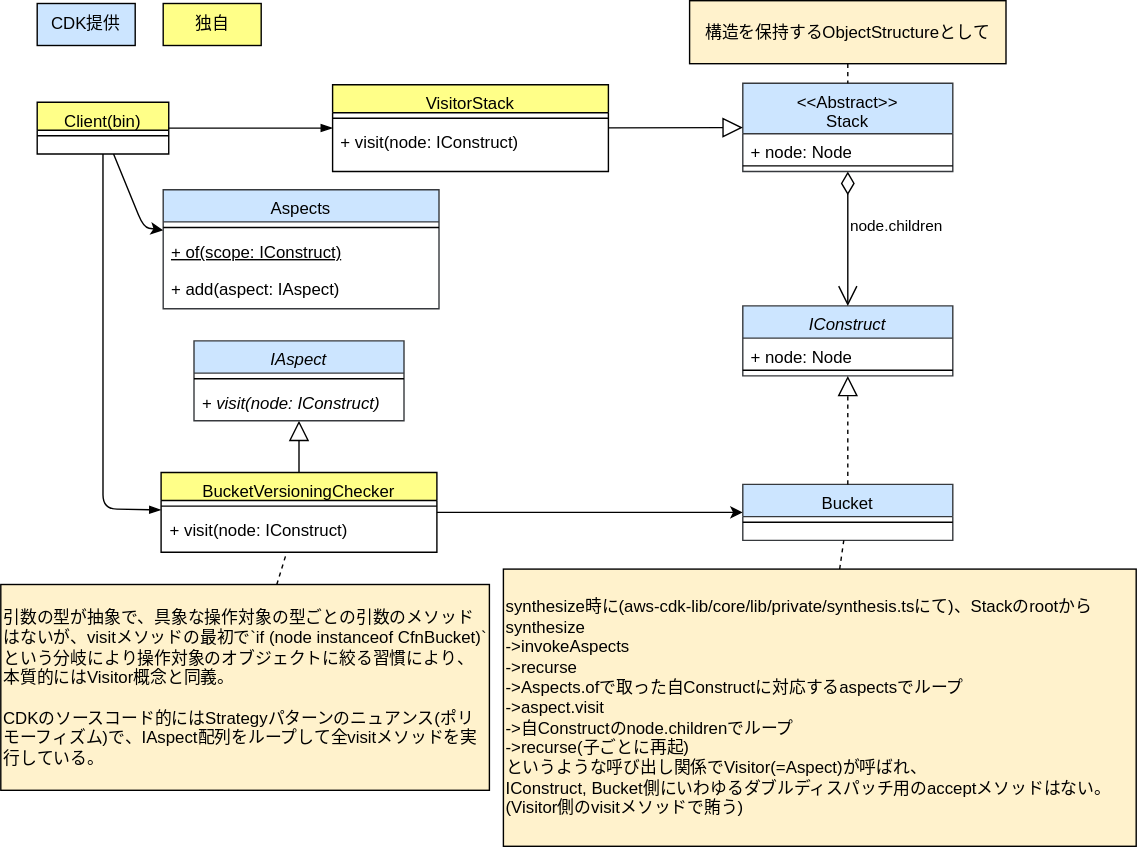
Above: drawio/visitor/visitor-cdk-simplified.drawio.svg in go-to-k/cdk-gof-design-pattern (draw.io), before the change. Source tidied: cells renumbered, new cells last; positions are measured from the earlier drawing's top-left corner, leaving out a move shared by most shapes.
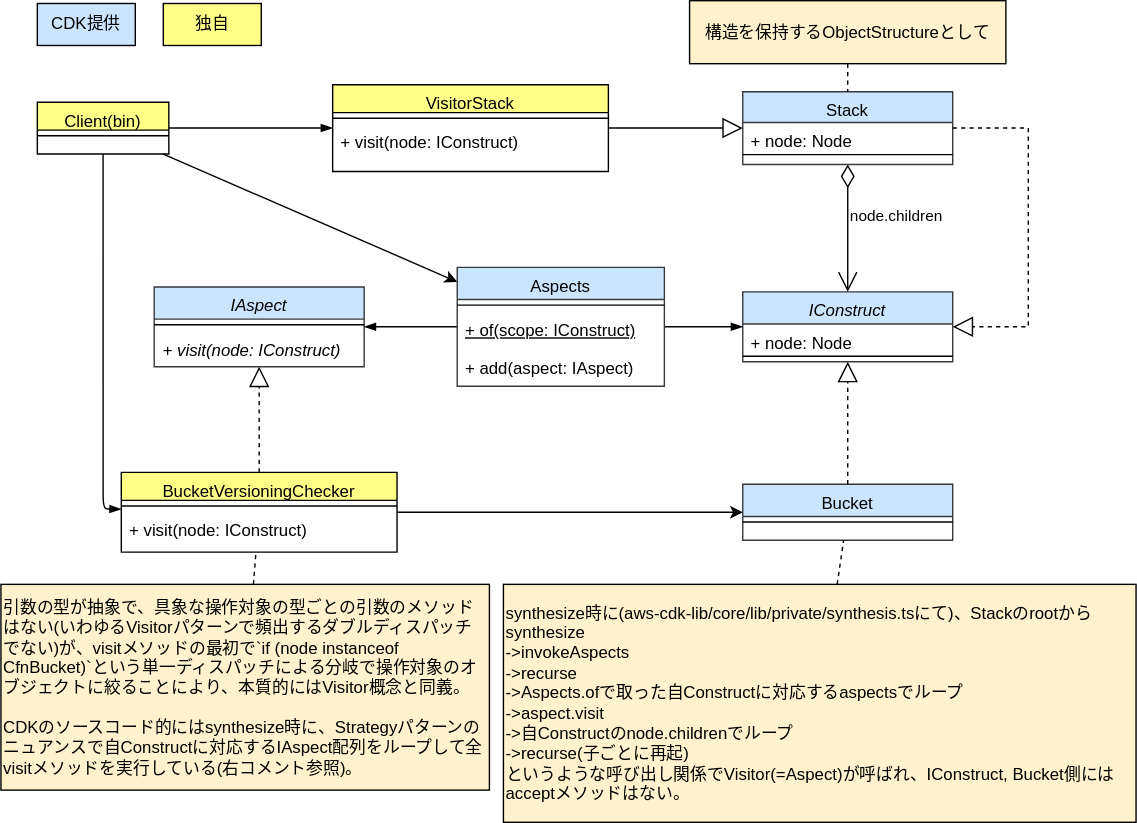
The same diagram one commit later.

Commit message:
update visitor diagrams

The edit, as a diff of the source:
```diff
@@ -12,7 +12,7 @@
       <mxGeometry relative="1" as="geometry" />
     </mxCell>
     <mxCell id="5" value="BucketVersioningChecker" style="swimlane;fontStyle=0;align=center;verticalAlign=top;horizontal=1;startSize=20;rounded=0;shadow=0;strokeWidth=1;fillColor=#ffff88;strokeColor=#000000;fontColor=#000000;" parent="1" vertex="1">
-      <mxGeometry x="114.5" y="337" width="197" height="57" as="geometry" />
+      <mxGeometry x="86" y="337" width="197" height="57" as="geometry" />
     </mxCell>
     <mxCell id="6" style="line;html=1;strokeWidth=1;align=left;verticalAlign=middle;spacingTop=-1;spacingLeft=3;spacingRight=3;labelPosition=right;fontColor=#000000;strokeColor=#000000;" parent="5" vertex="1">
       <mxGeometry y="20" width="197" height="8" as="geometry" />
@@ -20,11 +20,11 @@
     <mxCell id="7" value="+ visit(node: IConstruct)" style="text;strokeColor=none;fillColor=none;align=left;verticalAlign=top;spacingLeft=4;spacingRight=4;overflow=hidden;whiteSpace=wrap;html=1;fontColor=#000000;" parent="5" vertex="1">
       <mxGeometry y="28" width="197" height="19" as="geometry" />
     </mxCell>
-    <mxCell id="8" style="endArrow=block;endFill=0;endSize=12;html=1;rounded=0;fontColor=#000000;strokeColor=#000000;" parent="1" edge="1" source="5" target="9">
+    <mxCell id="8" style="endArrow=block;endFill=0;endSize=12;html=1;rounded=0;fontColor=#000000;strokeColor=#000000;dashed=1;" parent="1" edge="1" source="5" target="9">
       <mxGeometry relative="1" as="geometry" />
     </mxCell>
     <mxCell id="9" value="IAspect" style="swimlane;fontStyle=2;align=center;verticalAlign=top;horizontal=1;startSize=23;rounded=0;shadow=0;strokeWidth=1;fillColor=#cce5ff;strokeColor=#36393d;fontColor=#000000;" parent="1" vertex="1">
-      <mxGeometry x="138" y="243" width="150" height="57" as="geometry" />
+      <mxGeometry x="109.5" y="204.5" width="150" height="57" as="geometry" />
     </mxCell>
     <mxCell id="10" style="line;html=1;strokeWidth=1;align=left;verticalAlign=middle;spacingTop=-1;spacingLeft=3;spacingRight=3;labelPosition=right;fontColor=#000000;strokeColor=#000000;" parent="9" vertex="1">
       <mxGeometry y="23" width="150" height="8" as="geometry" />
@@ -39,7 +39,7 @@
       <mxGeometry y="23" width="150" height="8" as="geometry" />
     </mxCell>
     <mxCell id="14" value="IConstruct" style="swimlane;fontStyle=2;align=center;verticalAlign=top;horizontal=1;startSize=23;rounded=0;shadow=0;strokeWidth=1;fillColor=#cce5ff;strokeColor=#36393d;fontColor=#000000;" parent="1" vertex="1">
-      <mxGeometry x="530" y="218" width="150" height="50" as="geometry" />
+      <mxGeometry x="530" y="208" width="150" height="50" as="geometry" />
     </mxCell>
     <mxCell id="15" value="+&amp;nbsp;node: Node" style="text;strokeColor=none;fillColor=none;align=left;verticalAlign=top;spacingLeft=4;spacingRight=4;overflow=hidden;whiteSpace=wrap;html=1;fontColor=#000000;" parent="14" vertex="1">
       <mxGeometry y="23" width="150" height="19" as="geometry" />
@@ -53,26 +53,26 @@
     <mxCell id="18" style="edgeStyle=none;html=1;strokeColor=#000000;endArrow=none;endFill=0;dashed=1;" parent="1" edge="1" source="19" target="5">
       <mxGeometry relative="1" as="geometry" />
     </mxCell>
-    <mxCell id="19" value="引数の型が抽象で、具象な操作対象の型ごとの引数のメソッドはないが、visitメソッドの最初で`if (node instanceof CfnBucket)`という分岐により操作対象のオブジェクトに絞る習慣により、本質的にはVisitor概念と同義。&lt;br&gt;&lt;br&gt;CDKのソースコード的にはStrategyパターンのニュアンス(ポリモーフィズム)で、IAspect配列をループして全visitメソッドを実行している。" style="text;html=1;strokeColor=#000000;fillColor=#fff2cc;align=left;verticalAlign=middle;whiteSpace=wrap;rounded=0;fontColor=#000000;" parent="1" vertex="1">
+    <mxCell id="19" value="引数の型が抽象で、具象な操作対象の型ごとの引数のメソッドはない(いわゆるVisitorパターンで頻出するダブルディスパッチでない)が、visitメソッドの最初で`if (node instanceof CfnBucket)`という単一ディスパッチによる分岐で操作対象のオブジェクトに絞ることにより、本質的にはVisitor概念と同義。&lt;br&gt;&lt;br&gt;CDKのソースコード的にはsynthesize時に、Strategyパターンのニュアンスで自Constructに対応するIAspect配列をループして全visitメソッドを実行している(右コメント参照)。" style="text;html=1;strokeColor=#000000;fillColor=#fff2cc;align=left;verticalAlign=middle;whiteSpace=wrap;rounded=0;fontColor=#000000;" parent="1" vertex="1">
       <mxGeometry y="417" width="349" height="147" as="geometry" />
     </mxCell>
     <mxCell id="20" style="edgeStyle=none;html=1;dashed=1;strokeColor=#000000;endArrow=none;endFill=0;" parent="1" edge="1" source="21" target="12">
       <mxGeometry relative="1" as="geometry" />
     </mxCell>
-    <mxCell id="21" value="synthesize時に(aws-cdk-lib/core/lib/private/synthesis.tsにて)、Stackのrootから&lt;br&gt;synthesize&lt;br&gt;&amp;nbsp; -&amp;gt;invokeAspects&lt;br&gt;&amp;nbsp; &amp;nbsp; -&amp;gt;recurse&lt;br&gt;&amp;nbsp; &amp;nbsp; &amp;nbsp; -&amp;gt;Aspects.ofで取った自Constructに対応するaspectsでループ&lt;br&gt;&amp;nbsp; &amp;nbsp; &amp;nbsp; &amp;nbsp; -&amp;gt;aspect.visit&lt;br&gt;&amp;nbsp; &amp;nbsp; &amp;nbsp; -&amp;gt;自Constructのnode.childrenでループ&lt;br&gt;&amp;nbsp; &amp;nbsp; &amp;nbsp; &amp;nbsp; -&amp;gt;recurse(子ごとに再起)&lt;br&gt;というような呼び出し関係でVisitor(=Aspect)が呼ばれ、&lt;br&gt;IConstruct, Bucket側にいわゆるダブルディスパッチ用のacceptメソッドはない。(Visitor側のvisitメソッドで賄う)" style="text;html=1;strokeColor=#000000;fillColor=#fff2cc;align=left;verticalAlign=middle;whiteSpace=wrap;rounded=0;fontColor=#000000;" parent="1" vertex="1">
-      <mxGeometry x="359" y="406" width="452" height="198" as="geometry" />
+    <mxCell id="21" value="synthesize時に(aws-cdk-lib/core/lib/private/synthesis.tsにて)、Stackのrootから&lt;br&gt;synthesize&lt;br&gt;&amp;nbsp; -&amp;gt;invokeAspects&lt;br&gt;&amp;nbsp; &amp;nbsp; -&amp;gt;recurse&lt;br&gt;&amp;nbsp; &amp;nbsp; &amp;nbsp; -&amp;gt;Aspects.ofで取った自Constructに対応するaspectsでループ&lt;br&gt;&amp;nbsp; &amp;nbsp; &amp;nbsp; &amp;nbsp; -&amp;gt;aspect.visit&lt;br&gt;&amp;nbsp; &amp;nbsp; &amp;nbsp; -&amp;gt;自Constructのnode.childrenでループ&lt;br&gt;&amp;nbsp; &amp;nbsp; &amp;nbsp; &amp;nbsp; -&amp;gt;recurse(子ごとに再起)&lt;br&gt;というような呼び出し関係でVisitor(=Aspect)が呼ばれ、IConstruct, Bucket側にはacceptメソッドはない。" style="text;html=1;strokeColor=#000000;fillColor=#fff2cc;align=left;verticalAlign=middle;whiteSpace=wrap;rounded=0;fontColor=#000000;" parent="1" vertex="1">
+      <mxGeometry x="359" y="417" width="452" height="170" as="geometry" />
     </mxCell>
     <mxCell id="22" value="node.children" style="endArrow=open;html=1;endSize=12;startArrow=diamondThin;startSize=14;startFill=0;edgeStyle=orthogonalEdgeStyle;align=left;verticalAlign=bottom;rounded=0;fontColor=#000000;strokeColor=#000000;labelBackgroundColor=none;" parent="1" edge="1" source="23" target="14">
       <mxGeometry relative="1" as="geometry" />
     </mxCell>
-    <mxCell id="23" value="&lt;&lt;Abstract&gt;&gt;&#10;Stack" style="swimlane;fontStyle=0;align=center;verticalAlign=top;horizontal=1;startSize=36;rounded=0;shadow=0;strokeWidth=1;fillColor=#cce5ff;strokeColor=#36393d;fontColor=#000000;" parent="1" vertex="1">
-      <mxGeometry x="530" y="59" width="150" height="63" as="geometry" />
+    <mxCell id="23" value="Stack" style="swimlane;fontStyle=0;align=center;verticalAlign=top;horizontal=1;startSize=22;rounded=0;shadow=0;strokeWidth=1;fillColor=#cce5ff;strokeColor=#36393d;fontColor=#000000;" parent="1" vertex="1">
+      <mxGeometry x="530" y="65" width="150" height="52" as="geometry" />
     </mxCell>
     <mxCell id="24" value="+&amp;nbsp;node: Node" style="text;strokeColor=none;fillColor=none;align=left;verticalAlign=top;spacingLeft=4;spacingRight=4;overflow=hidden;whiteSpace=wrap;html=1;fontColor=#000000;" parent="23" vertex="1">
-      <mxGeometry y="36" width="150" height="19" as="geometry" />
+      <mxGeometry y="22" width="150" height="19" as="geometry" />
     </mxCell>
     <mxCell id="25" style="line;html=1;strokeWidth=1;align=left;verticalAlign=middle;spacingTop=-1;spacingLeft=3;spacingRight=3;labelPosition=right;fontColor=#000000;strokeColor=#000000;" parent="23" vertex="1">
-      <mxGeometry y="55" width="150" height="8" as="geometry" />
+      <mxGeometry y="41" width="150" height="8" as="geometry" />
     </mxCell>
     <mxCell id="26" value="VisitorStack" style="swimlane;fontStyle=0;align=center;verticalAlign=top;horizontal=1;startSize=20;rounded=0;shadow=0;strokeWidth=1;fillColor=#ffff88;strokeColor=#000000;fontColor=#000000;" parent="1" vertex="1">
       <mxGeometry x="237" y="60" width="197" height="62" as="geometry" />
@@ -109,23 +109,33 @@
       <mxGeometry relative="1" as="geometry" />
     </mxCell>
     <mxCell id="36" style="edgeStyle=none;html=1;strokeColor=#000000;" parent="1" edge="1" source="32" target="37">
-      <mxGeometry relative="1" as="geometry">
-        <Array as="points">
-          <mxPoint x="102" y="162" />
-        </Array>
-      </mxGeometry>
+      <mxGeometry relative="1" as="geometry" />
     </mxCell>
+    <mxCell id="41" style="edgeStyle=none;html=1;strokeColor=#000000;endArrow=blockThin;endFill=1;" parent="1" edge="1" source="37" target="14">
+      <mxGeometry relative="1" as="geometry" />
+    </mxCell>
+    <mxCell id="42" style="edgeStyle=none;html=1;strokeColor=#000000;endArrow=blockThin;endFill=1;" parent="1" edge="1" source="37" target="9">
+      <mxGeometry relative="1" as="geometry" />
+    </mxCell>
     <mxCell id="37" value="Aspects" style="swimlane;fontStyle=0;align=center;verticalAlign=top;horizontal=1;startSize=23;rounded=0;shadow=0;strokeWidth=1;fillColor=#cce5ff;strokeColor=#36393d;fontColor=#000000;" parent="1" vertex="1">
-      <mxGeometry x="116" y="135" width="197" height="85" as="geometry" />
+      <mxGeometry x="326" y="190.5" width="148" height="85" as="geometry" />
     </mxCell>
     <mxCell id="38" style="line;html=1;strokeWidth=1;align=left;verticalAlign=middle;spacingTop=-1;spacingLeft=3;spacingRight=3;labelPosition=right;fontColor=#000000;strokeColor=#000000;" parent="37" vertex="1">
-      <mxGeometry y="23" width="197" height="8" as="geometry" />
+      <mxGeometry y="23" width="148" height="8" as="geometry" />
     </mxCell>
     <mxCell id="39" value="&lt;u&gt;+ of(scope: IConstruct)&lt;/u&gt;" style="text;strokeColor=none;fillColor=none;align=left;verticalAlign=top;spacingLeft=4;spacingRight=4;overflow=hidden;whiteSpace=wrap;html=1;fontColor=#000000;" parent="37" vertex="1">
-      <mxGeometry y="31" width="197" height="27" as="geometry" />
+      <mxGeometry y="31" width="148" height="27" as="geometry" />
     </mxCell>
     <mxCell id="40" value="+ add(aspect: IAspect)" style="text;strokeColor=none;fillColor=none;align=left;verticalAlign=top;spacingLeft=4;spacingRight=4;overflow=hidden;whiteSpace=wrap;html=1;fontColor=#000000;" parent="37" vertex="1">
-      <mxGeometry y="58" width="197" height="27" as="geometry" />
+      <mxGeometry y="58" width="148" height="27" as="geometry" />
     </mxCell>
+    <mxCell id="43" style="endArrow=block;endFill=0;endSize=12;html=1;rounded=0;fontColor=#000000;strokeColor=#000000;dashed=1;" parent="1" edge="1" source="23" target="14">
+      <mxGeometry relative="1" as="geometry">
+        <Array as="points">
+          <mxPoint x="734" y="91" />
+          <mxPoint x="734" y="233" />
+        </Array>
+      </mxGeometry>
+    </mxCell>
   </root>
 </mxGraphModel>
```
